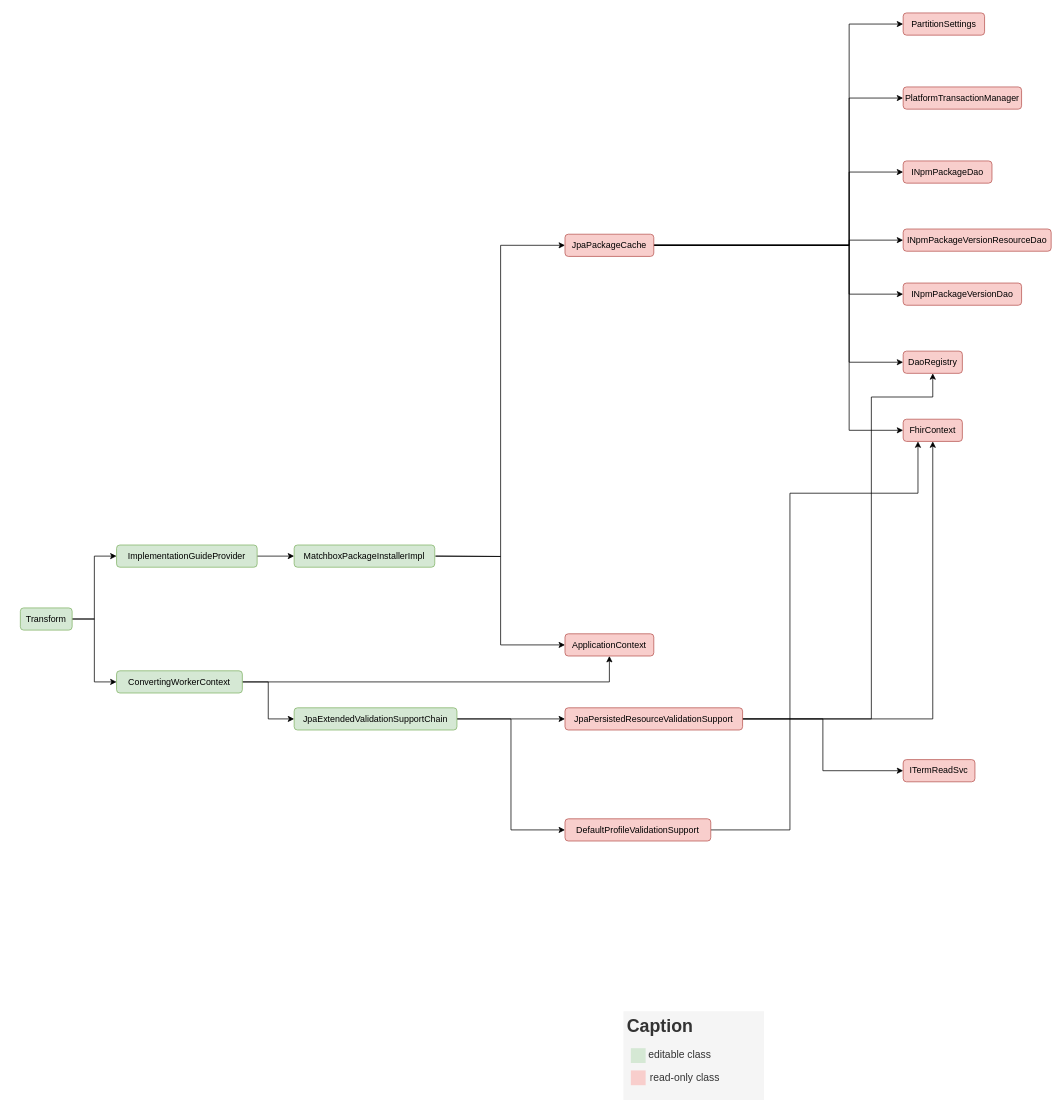
Before: graph/dependency_graph.drawio in ronaldo-loureiro/matchbox, a draw.io diagram. Source tidied: cells renumbered, new cells numbered last; positions are measured from the earlier drawing's top-left corner, leaving out a move shared by most shapes. Both pictures are drawn from the tidied source at 74%, with x=0, y=0 at pixel (20, 13).
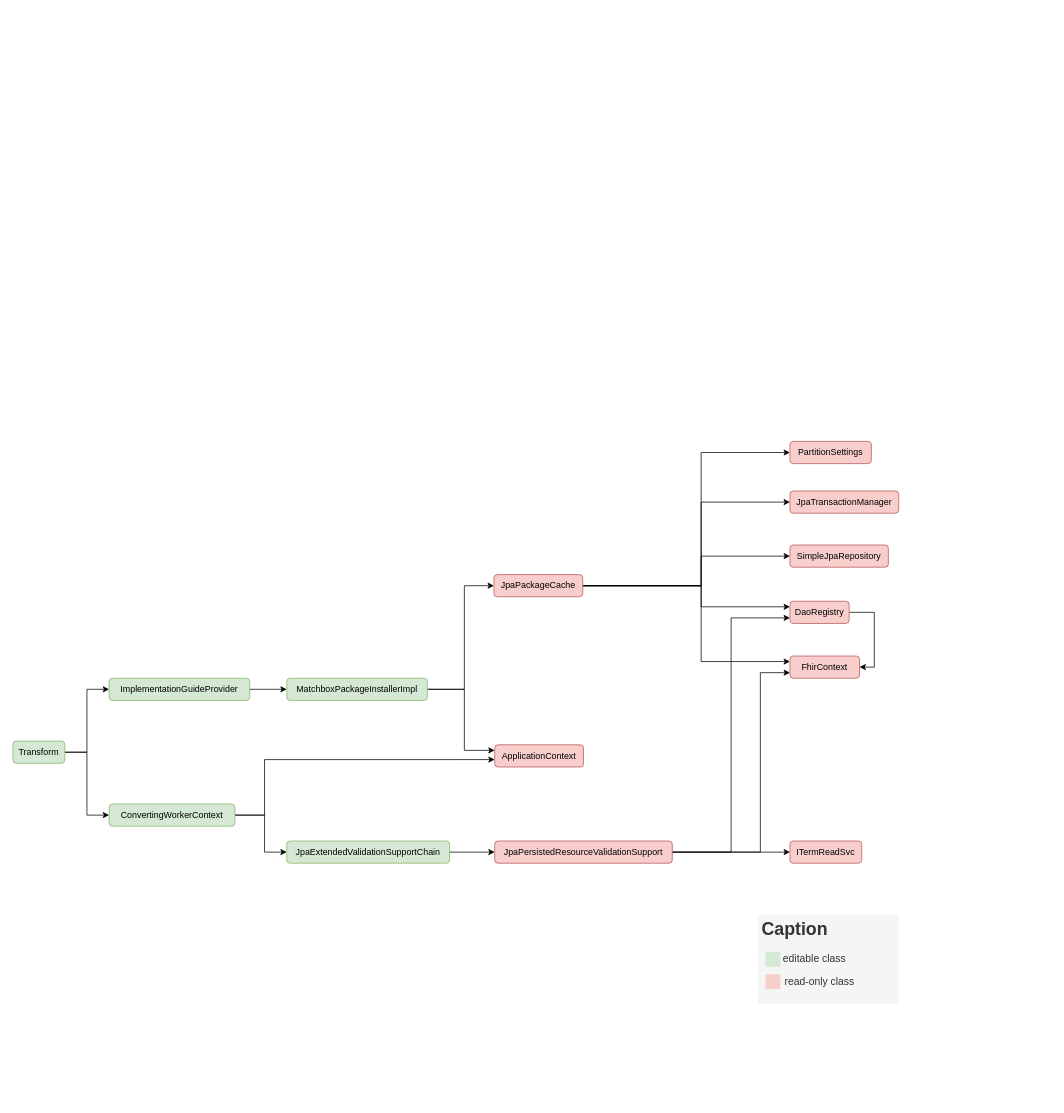
The same page after the edit.

Commit message (it also covers changes not shown here):
cleaning + dependency graph

Change to the diagram source:
```diff
@@
     <mxCell id="2" style="edgeStyle=orthogonalEdgeStyle;rounded=0;jettySize=auto;html=1;entryX=0;entryY=0.5;entryDx=0;entryDy=0;" parent="1" edge="1" source="4" target="6">
-      <mxGeometry relative="1" as="geometry" />
+      <mxGeometry relative="1" as="geometry">
+        <Array as="points">
+          <mxPoint x="90" y="999" />
+          <mxPoint x="90" y="914" />
+        </Array>
+      </mxGeometry>
     </mxCell>
     <mxCell id="3" style="edgeStyle=orthogonalEdgeStyle;rounded=0;jettySize=auto;html=1;entryX=0;entryY=0.5;entryDx=0;entryDy=0;" parent="1" edge="1" source="4" target="9">
       <mxGeometry relative="1" as="geometry">
         <Array as="points">
-          <mxPoint x="100" y="819" />
-          <mxPoint x="100" y="904" />
+          <mxPoint x="90" y="999" />
+          <mxPoint x="90" y="1084" />
         </Array>
       </mxGeometry>
     </mxCell>
     <mxCell id="4" value="Transform" style="rounded=1;whiteSpace=wrap;html=1;fillColor=#d5e8d4;strokeColor=#82b366;" parent="1" vertex="1">
-      <mxGeometry y="804" width="70" height="30" as="geometry" />
+      <mxGeometry x="-10" y="984" width="70" height="30" as="geometry" />
     </mxCell>
@@
     <mxCell id="6" value="ImplementationGuideProvider" style="rounded=1;whiteSpace=wrap;html=1;fillColor=#d5e8d4;strokeColor=#82b366;" parent="1" vertex="1">
-      <mxGeometry x="130" y="719" width="190" height="30" as="geometry" />
+      <mxGeometry x="120" y="899" width="190" height="30" as="geometry" />
     </mxCell>
-    <mxCell id="7" style="edgeStyle=orthogonalEdgeStyle;rounded=0;jettySize=auto;html=1;entryX=0.5;entryY=1;entryDx=0;entryDy=0;" parent="1" edge="1" source="9" target="21">
+    <mxCell id="7" style="edgeStyle=orthogonalEdgeStyle;rounded=0;jettySize=auto;html=1;entryX=0;entryY=0.666;entryDx=0;entryDy=0;entryPerimeter=0;" parent="1" edge="1" source="9" target="21">
       <mxGeometry relative="1" as="geometry">
         <Array as="points">
-          <mxPoint x="796" y="904" />
+          <mxPoint x="330" y="1084" />
+          <mxPoint x="330" y="1009" />
         </Array>
       </mxGeometry>
     </mxCell>
     <mxCell id="8" style="edgeStyle=orthogonalEdgeStyle;rounded=0;jettySize=auto;html=1;entryX=0;entryY=0.5;entryDx=0;entryDy=0;" parent="1" edge="1" source="9" target="35">
-      <mxGeometry relative="1" as="geometry" />
+      <mxGeometry relative="1" as="geometry">
+        <Array as="points">
+          <mxPoint x="330" y="1084" />
+          <mxPoint x="330" y="1134" />
+        </Array>
+      </mxGeometry>
     </mxCell>
     <mxCell id="9" value="ConvertingWorkerContext" style="rounded=1;whiteSpace=wrap;html=1;fillColor=#d5e8d4;strokeColor=#82b366;" parent="1" vertex="1">
-      <mxGeometry x="130" y="889" width="170" height="30" as="geometry" />
+      <mxGeometry x="120" y="1069" width="170" height="30" as="geometry" />
     </mxCell>
     <mxCell id="10" style="edgeStyle=orthogonalEdgeStyle;rounded=0;jettySize=auto;html=1;entryX=0;entryY=0.5;entryDx=0;entryDy=0;" parent="1" edge="1" target="20">
       <mxGeometry relative="1" as="geometry">
-        <mxPoint x="561" y="734" as="sourcePoint" />
+        <mxPoint x="551" y="914" as="sourcePoint" />
+        <Array as="points">
+          <mxPoint x="600" y="914" />
+          <mxPoint x="600" y="774" />
+        </Array>
       </mxGeometry>
     </mxCell>
-    <mxCell id="11" style="edgeStyle=orthogonalEdgeStyle;rounded=0;jettySize=auto;html=1;entryX=0;entryY=0.5;entryDx=0;entryDy=0;" parent="1" edge="1" target="21">
-      <mxGeometry relative="1" as="geometry">
-        <mxPoint x="561" y="734" as="sourcePoint" />
-      </mxGeometry>
-    </mxCell>
+    <mxCell id="43" style="edgeStyle=orthogonalEdgeStyle;rounded=0;jettySize=auto;html=1;entryX=0;entryY=0.25;entryDx=0;entryDy=0;" parent="1" edge="1" source="12" target="21">
+      <mxGeometry relative="1" as="geometry">
+        <Array as="points">
+          <mxPoint x="600" y="914" />
+          <mxPoint x="600" y="997" />
+        </Array>
+      </mxGeometry>
+    </mxCell>
     <mxCell id="12" value="MatchboxPackageInstallerImpl" style="rounded=1;whiteSpace=wrap;html=1;fillColor=#d5e8d4;strokeColor=#82b366;" parent="1" vertex="1">
-      <mxGeometry x="370" y="719" width="190" height="30" as="geometry" />
+      <mxGeometry x="360" y="899" width="190" height="30" as="geometry" />
     </mxCell>
     <mxCell id="13" style="edgeStyle=orthogonalEdgeStyle;rounded=0;jettySize=auto;html=1;entryX=0;entryY=0.5;entryDx=0;entryDy=0;" parent="1" edge="1" source="20" target="32">
       <mxGeometry relative="1" as="geometry">
         <Array as="points">
-          <mxPoint x="1120" y="314" />
-          <mxPoint x="1120" y="15" />
+          <mxPoint x="920" y="774" />
+          <mxPoint x="920" y="594" />
         </Array>
       </mxGeometry>
     </mxCell>
-    <mxCell id="14" style="edgeStyle=orthogonalEdgeStyle;rounded=0;jettySize=auto;html=1;entryX=0;entryY=0.5;entryDx=0;entryDy=0;" parent="1" edge="1" source="20" target="30">
+    <mxCell id="14" style="edgeStyle=orthogonalEdgeStyle;rounded=0;jettySize=auto;html=1;entryX=0;entryY=0.25;entryDx=0;entryDy=0;" parent="1" edge="1" source="20" target="30">
       <mxGeometry relative="1" as="geometry">
         <Array as="points">
-          <mxPoint x="1120" y="314" />
-          <mxPoint x="1120" y="564" />
+          <mxPoint x="920" y="774" />
+          <mxPoint x="920" y="876" />
         </Array>
       </mxGeometry>
     </mxCell>
     <mxCell id="15" style="edgeStyle=orthogonalEdgeStyle;rounded=0;jettySize=auto;html=1;entryX=0;entryY=0.5;entryDx=0;entryDy=0;" parent="1" edge="1" source="20" target="31">
       <mxGeometry relative="1" as="geometry">
         <Array as="points">
-          <mxPoint x="1120" y="314" />
-          <mxPoint x="1120" y="115" />
+          <mxPoint x="920" y="774" />
+          <mxPoint x="920" y="661" />
         </Array>
       </mxGeometry>
     </mxCell>
-    <mxCell id="16" style="edgeStyle=orthogonalEdgeStyle;rounded=0;jettySize=auto;html=1;entryX=0;entryY=0.5;entryDx=0;entryDy=0;" parent="1" edge="1" source="20" target="29">
+    <mxCell id="16" style="edgeStyle=orthogonalEdgeStyle;rounded=0;jettySize=auto;html=1;entryX=0;entryY=0.25;entryDx=0;entryDy=0;" parent="1" edge="1" source="20" target="29">
       <mxGeometry relative="1" as="geometry">
         <Array as="points">
-          <mxPoint x="1120" y="314" />
-          <mxPoint x="1120" y="472" />
+          <mxPoint x="920" y="774" />
+          <mxPoint x="920" y="802" />
         </Array>
       </mxGeometry>
     </mxCell>
-    <mxCell id="17" style="edgeStyle=orthogonalEdgeStyle;rounded=0;jettySize=auto;html=1;entryX=0;entryY=0.5;entryDx=0;entryDy=0;" parent="1" edge="1" source="20" target="28">
-      <mxGeometry relative="1" as="geometry">
-        <Array as="points">
-          <mxPoint x="1120" y="314" />
-          <mxPoint x="1120" y="307" />
-        </Array>
-      </mxGeometry>
-    </mxCell>
-    <mxCell id="18" style="edgeStyle=orthogonalEdgeStyle;rounded=0;jettySize=auto;html=1;entryX=0;entryY=0.5;entryDx=0;entryDy=0;" parent="1" edge="1" source="20" target="27">
-      <mxGeometry relative="1" as="geometry">
-        <Array as="points">
-          <mxPoint x="1120" y="314" />
-          <mxPoint x="1120" y="380" />
-        </Array>
-      </mxGeometry>
-    </mxCell>
-    <mxCell id="19" style="edgeStyle=orthogonalEdgeStyle;rounded=0;jettySize=auto;html=1;entryX=0;entryY=0.5;entryDx=0;entryDy=0;" parent="1" edge="1" source="20" target="26">
-      <mxGeometry relative="1" as="geometry">
-        <Array as="points">
-          <mxPoint x="1120" y="314" />
-          <mxPoint x="1120" y="215" />
-        </Array>
-      </mxGeometry>
-    </mxCell>
+    <mxCell id="44" style="edgeStyle=orthogonalEdgeStyle;rounded=0;jettySize=auto;html=1;entryX=0;entryY=0.5;entryDx=0;entryDy=0;" parent="1" edge="1" source="20" target="46">
+      <mxGeometry relative="1" as="geometry">
+        <Array as="points">
+          <mxPoint x="920" y="774" />
+          <mxPoint x="920" y="734" />
+        </Array>
+      </mxGeometry>
+    </mxCell>
     <mxCell id="20" value="JpaPackageCache" style="rounded=1;whiteSpace=wrap;html=1;fillColor=#f8cecc;strokeColor=#b85450;" parent="1" vertex="1">
-      <mxGeometry x="736" y="299" width="120" height="30" as="geometry" />
+      <mxGeometry x="640" y="759" width="120" height="30" as="geometry" />
     </mxCell>
     <mxCell id="21" value="ApplicationContext" style="rounded=1;whiteSpace=wrap;html=1;fillColor=#f8cecc;strokeColor=#b85450;" parent="1" vertex="1">
-      <mxGeometry x="736" y="839" width="120" height="30" as="geometry" />
+      <mxGeometry x="641" y="989" width="120" height="30" as="geometry" />
     </mxCell>
     <mxCell id="22" style="group;" parent="1" vertex="1">
-      <mxGeometry x="815" y="1349" width="190" height="120" as="geometry" />
+      <mxGeometry x="997" y="1219" width="190" height="120" as="geometry" />
     </mxCell>
@@
-    <mxCell id="26" value="INpmPackageDao" style="rounded=1;whiteSpace=wrap;html=1;fillColor=#f8cecc;strokeColor=#b85450;" parent="1" vertex="1">
-      <mxGeometry x="1193" y="200" width="120" height="30" as="geometry" />
-    </mxCell>
-    <mxCell id="27" value="INpmPackageVersionDao" style="rounded=1;whiteSpace=wrap;html=1;fillColor=#f8cecc;strokeColor=#b85450;direction=east;" parent="1" vertex="1">
-      <mxGeometry x="1193" y="365" width="160" height="30" as="geometry" />
-    </mxCell>
-    <mxCell id="28" value="INpmPackageVersionResourceDao" style="rounded=1;whiteSpace=wrap;html=1;fillColor=#f8cecc;strokeColor=#b85450;" parent="1" vertex="1">
-      <mxGeometry x="1193" y="292" width="200" height="30" as="geometry" />
-    </mxCell>
+    <mxCell id="45" style="edgeStyle=orthogonalEdgeStyle;rounded=0;jettySize=auto;html=1;entryX=1;entryY=0.5;entryDx=0;entryDy=0;" parent="1" edge="1" source="29" target="30">
+      <mxGeometry relative="1" as="geometry">
+        <Array as="points">
+          <mxPoint x="1154" y="810" />
+          <mxPoint x="1154" y="884" />
+        </Array>
+      </mxGeometry>
+    </mxCell>
     <mxCell id="29" value="DaoRegistry" style="rounded=1;whiteSpace=wrap;html=1;fillColor=#f8cecc;strokeColor=#b85450;" parent="1" vertex="1">
-      <mxGeometry x="1193" y="457" width="80" height="30" as="geometry" />
+      <mxGeometry x="1040" y="795" width="80" height="30" as="geometry" />
     </mxCell>
     <mxCell id="30" value="FhirContext" style="rounded=1;whiteSpace=wrap;html=1;fillColor=#f8cecc;strokeColor=#b85450;direction=east;" parent="1" vertex="1">
-      <mxGeometry x="1193" y="549" width="80" height="30" as="geometry" />
+      <mxGeometry x="1040" y="869" width="94" height="30" as="geometry" />
     </mxCell>
-    <mxCell id="31" value="PlatformTransactionManager" style="rounded=1;whiteSpace=wrap;html=1;fillColor=#f8cecc;strokeColor=#b85450;" parent="1" vertex="1">
-      <mxGeometry x="1193" y="100" width="160" height="30" as="geometry" />
+    <mxCell id="31" value="JpaTransactionManager" style="rounded=1;whiteSpace=wrap;html=1;fillColor=#f8cecc;strokeColor=#b85450;" parent="1" vertex="1">
+      <mxGeometry x="1040" y="646" width="147" height="30" as="geometry" />
     </mxCell>
     <mxCell id="32" value="PartitionSettings" style="rounded=1;whiteSpace=wrap;html=1;fillColor=#f8cecc;strokeColor=#b85450;" parent="1" vertex="1">
-      <mxGeometry x="1193" width="110" height="30" as="geometry" />
+      <mxGeometry x="1040" y="579" width="110" height="30" as="geometry" />
     </mxCell>
@@
-    <mxCell id="34" style="edgeStyle=orthogonalEdgeStyle;rounded=0;jettySize=auto;html=1;entryX=0;entryY=0.5;entryDx=0;entryDy=0;" parent="1" edge="1" source="35" target="42">
-      <mxGeometry relative="1" as="geometry" />
-    </mxCell>
     <mxCell id="35" value="JpaExtendedValidationSupportChain" style="rounded=1;whiteSpace=wrap;html=1;fillColor=#d5e8d4;strokeColor=#82b366;" parent="1" vertex="1">
-      <mxGeometry x="370" y="939" width="220" height="30" as="geometry" />
+      <mxGeometry x="360" y="1119" width="220" height="30" as="geometry" />
     </mxCell>
-    <mxCell id="36" style="edgeStyle=orthogonalEdgeStyle;rounded=0;jettySize=auto;html=1;entryX=0.5;entryY=1;entryDx=0;entryDy=0;" parent="1" edge="1" source="39" target="30">
-      <mxGeometry relative="1" as="geometry" />
+    <mxCell id="36" style="edgeStyle=orthogonalEdgeStyle;rounded=0;jettySize=auto;html=1;entryX=0;entryY=0.75;entryDx=0;entryDy=0;exitX=1;exitY=0.5;exitDx=0;exitDy=0;" parent="1" edge="1" source="39" target="30">
+      <mxGeometry relative="1" as="geometry">
+        <Array as="points">
+          <mxPoint x="1000" y="1134" />
+          <mxPoint x="1000" y="892" />
+        </Array>
+      </mxGeometry>
     </mxCell>
+    <mxCell id="38" style="edgeStyle=orthogonalEdgeStyle;rounded=0;jettySize=auto;html=1;entryX=0;entryY=0.5;entryDx=0;entryDy=0;exitX=1;exitY=0.5;exitDx=0;exitDy=0;" parent="1" edge="1" source="39" target="40">
+      <mxGeometry relative="1" as="geometry">
+        <Array as="points">
+          <mxPoint x="960" y="1134" />
+          <mxPoint x="960" y="1134" />
+        </Array>
+      </mxGeometry>
+    </mxCell>
-    <mxCell id="37" style="edgeStyle=orthogonalEdgeStyle;rounded=0;jettySize=auto;html=1;entryX=0.5;entryY=1;entryDx=0;entryDy=0;" parent="1" edge="1" source="39" target="29">
-      <mxGeometry relative="1" as="geometry">
-        <Array as="points">
-          <mxPoint x="1150" y="954" />
-          <mxPoint x="1150" y="519" />
-          <mxPoint x="1233" y="519" />
-        </Array>
-      </mxGeometry>
+    <mxCell id="37" style="edgeStyle=orthogonalEdgeStyle;rounded=0;jettySize=auto;html=1;entryX=0;entryY=0.75;entryDx=0;entryDy=0;" parent="1" edge="1" source="39" target="29">
+      <mxGeometry relative="1" as="geometry" />
     </mxCell>
-    <mxCell id="38" style="edgeStyle=orthogonalEdgeStyle;rounded=0;jettySize=auto;html=1;entryX=0;entryY=0.5;entryDx=0;entryDy=0;" parent="1" edge="1" source="39" target="40">
-      <mxGeometry relative="1" as="geometry" />
-    </mxCell>
     <mxCell id="39" value="JpaPersistedResourceValidationSupport" style="rounded=1;whiteSpace=wrap;html=1;fillColor=#f8cecc;strokeColor=#b85450;" parent="1" vertex="1">
-      <mxGeometry x="736" y="939" width="240" height="30" as="geometry" />
+      <mxGeometry x="641" y="1119" width="240" height="30" as="geometry" />
     </mxCell>
     <mxCell id="40" value="ITermReadSvc" style="rounded=1;whiteSpace=wrap;html=1;fillColor=#f8cecc;strokeColor=#b85450;" parent="1" vertex="1">
-      <mxGeometry x="1193" y="1009" width="97" height="30" as="geometry" />
+      <mxGeometry x="1040" y="1119" width="97" height="30" as="geometry" />
     </mxCell>
-    <mxCell id="41" style="edgeStyle=orthogonalEdgeStyle;rounded=0;jettySize=auto;html=1;entryX=0.25;entryY=1;entryDx=0;entryDy=0;" parent="1" edge="1" source="42" target="30">
-      <mxGeometry relative="1" as="geometry">
-        <Array as="points">
-          <mxPoint x="1040" y="1104" />
-          <mxPoint x="1040" y="649" />
-          <mxPoint x="1213" y="649" />
-        </Array>
-      </mxGeometry>
-    </mxCell>
-    <mxCell id="42" value="DefaultProfileValidationSupport" style="rounded=1;whiteSpace=wrap;html=1;fillColor=#f8cecc;strokeColor=#b85450;" parent="1" vertex="1">
-      <mxGeometry x="736" y="1089" width="197" height="30" as="geometry" />
-    </mxCell>
+    <mxCell id="46" value="SimpleJpaRepository" style="rounded=1;whiteSpace=wrap;html=1;fillColor=#f8cecc;strokeColor=#b85450;" parent="1" vertex="1">
+      <mxGeometry x="1040" y="719" width="133" height="30" as="geometry" />
+    </mxCell>
```
